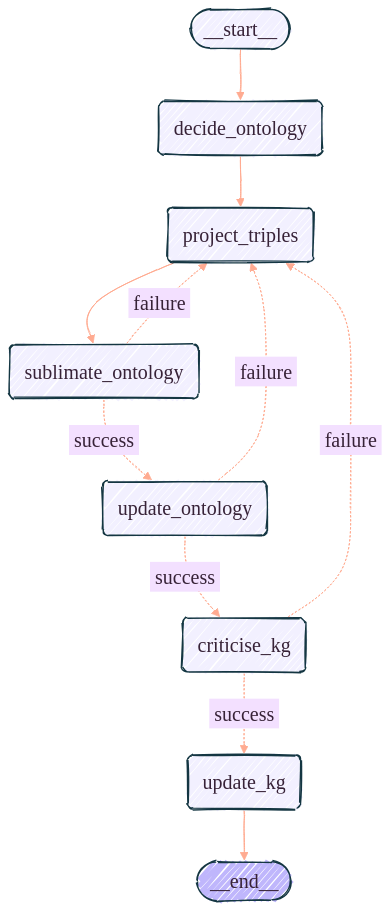
Above: graph.png in genericrobot77/ontocast (Mermaid), before the change. Its source is kept beside it as graph.mmd. Source of this version:
```mermaid
---
config:
  flowchart:
    curve: linear
    htmlLabels: true
    useMaxWidth: true
  look: handDrawn
  theme: base
  themeVariables:
    fontFamily: '''Architects Daughter'', cursive'
    fontSize: 20px
    lineColor: '#FFAB91'
    primaryBorderColor: '#143642'
    primaryColor: '#FFF3E0'
    primaryTextColor: '#372237'
---
graph TD;
	__start__([<p>__start__</p>]):::first
	decide_ontology(decide_ontology)
	project_triples(project_triples)
	sublimate_ontology(sublimate_ontology)
	update_ontology(update_ontology)
	criticise_kg(criticise_kg)
	update_kg(update_kg)
	__end__([<p>__end__</p>]):::last
	__start__ --> decide_ontology;
	decide_ontology --> project_triples;
	project_triples --> sublimate_ontology;
	update_kg --> __end__;
	sublimate_ontology -. &nbsp;success&nbsp; .-> update_ontology;
	sublimate_ontology -. &nbsp;failure&nbsp; .-> project_triples;
	update_ontology -. &nbsp;success&nbsp; .-> criticise_kg;
	update_ontology -. &nbsp;failure&nbsp; .-> project_triples;
	criticise_kg -. &nbsp;success&nbsp; .-> update_kg;
	criticise_kg -. &nbsp;failure&nbsp; .-> project_triples;
	classDef default fill:#f2f0ff,line-height:1.2
	classDef first fill-opacity:0
	classDef last fill:#bfb6fc
```
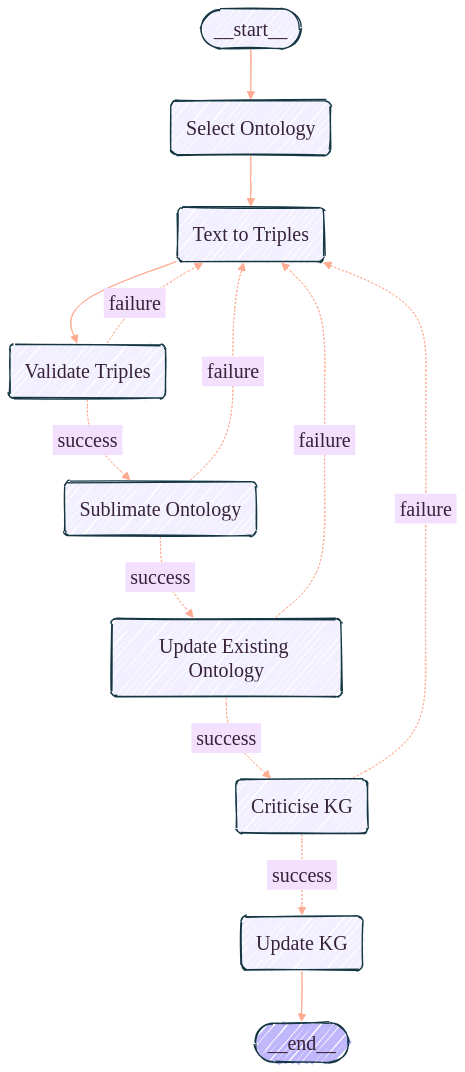
After the change.

Commit message:
WIP: testing select_ontology

Change to the diagram source:
```diff
@@ -5,6 +5,11 @@
     htmlLabels: true
     useMaxWidth: true
   look: handDrawn
+  nodes:
+    __end__:
+      label: End
+    __start__:
+      label: Start
   theme: base
   themeVariables:
     fontFamily: '''Architects Daughter'', cursive'
@@ -16,23 +21,26 @@
 ---
 graph TD;
 	__start__([<p>__start__</p>]):::first
-	decide_ontology(decide_ontology)
-	project_triples(project_triples)
-	sublimate_ontology(sublimate_ontology)
-	update_ontology(update_ontology)
-	criticise_kg(criticise_kg)
-	update_kg(update_kg)
+	Select_Ontology(Select Ontology)
+	Text_to_Triples(Text to Triples)
+	Validate_Triples(Validate Triples)
+	Sublimate_Ontology(Sublimate Ontology)
+	Update_Existing_Ontology(Update Existing Ontology)
+	Criticise_KG(Criticise KG)
+	Update_KG(Update KG)
 	__end__([<p>__end__</p>]):::last
-	__start__ --> decide_ontology;
-	decide_ontology --> project_triples;
-	project_triples --> sublimate_ontology;
-	update_kg --> __end__;
-	sublimate_ontology -. &nbsp;success&nbsp; .-> update_ontology;
-	sublimate_ontology -. &nbsp;failure&nbsp; .-> project_triples;
-	update_ontology -. &nbsp;success&nbsp; .-> criticise_kg;
-	update_ontology -. &nbsp;failure&nbsp; .-> project_triples;
-	criticise_kg -. &nbsp;success&nbsp; .-> update_kg;
-	criticise_kg -. &nbsp;failure&nbsp; .-> project_triples;
+	Select_Ontology --> Text_to_Triples;
+	Text_to_Triples --> Validate_Triples;
+	Update_KG --> __end__;
+	__start__ --> Select_Ontology;
+	Validate_Triples -. &nbsp;success&nbsp; .-> Sublimate_Ontology;
+	Validate_Triples -. &nbsp;failure&nbsp; .-> Text_to_Triples;
+	Sublimate_Ontology -. &nbsp;success&nbsp; .-> Update_Existing_Ontology;
+	Sublimate_Ontology -. &nbsp;failure&nbsp; .-> Text_to_Triples;
+	Update_Existing_Ontology -. &nbsp;success&nbsp; .-> Criticise_KG;
+	Update_Existing_Ontology -. &nbsp;failure&nbsp; .-> Text_to_Triples;
+	Criticise_KG -. &nbsp;success&nbsp; .-> Update_KG;
+	Criticise_KG -. &nbsp;failure&nbsp; .-> Text_to_Triples;
 	classDef default fill:#f2f0ff,line-height:1.2
 	classDef first fill-opacity:0
 	classDef last fill:#bfb6fc
```
